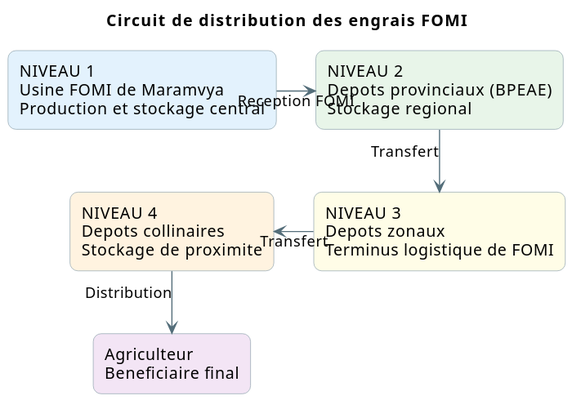
Davy-Antosper/memoire keeps this PlantUML diagram as memoire_assets/distribution_circuit.svg. Above is the earlier version.
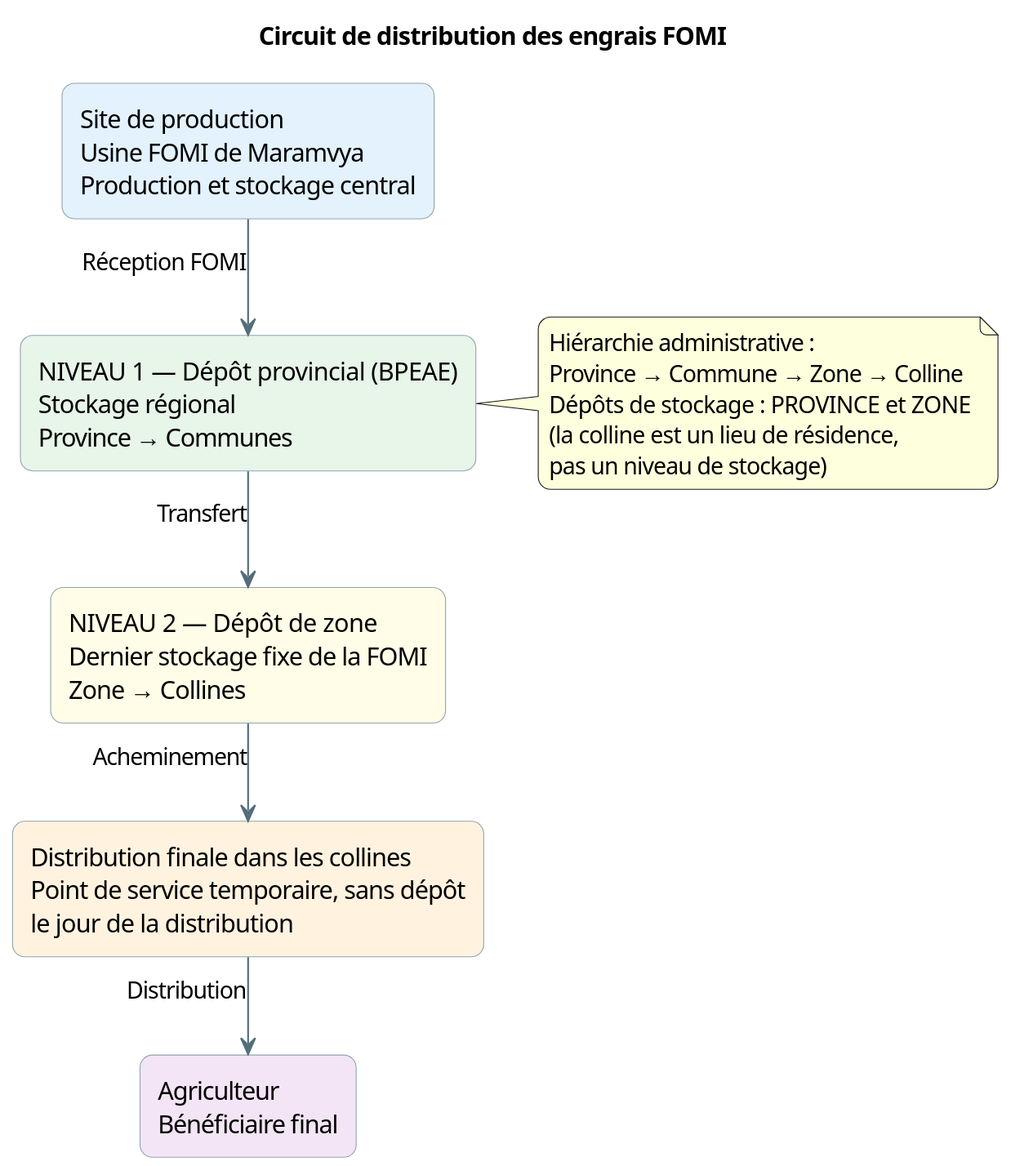
After the commit.

The edit, as a diff of the source:
```diff
@@ -3,6 +3,7 @@
 skinparam shadowing false
 skinparam roundCorner 14
 skinparam DefaultFontName "Segoe UI"
+skinparam dpi 150
 skinparam ArrowColor #546E7A
 skinparam linetype ortho
 skinparam nodesep 35
@@ -10,14 +11,22 @@
 skinparam rectangleBorderColor #90A4AE
 skinparam rectangleBackgroundColor #FFFFFF
 
-rectangle "NIVEAU 1\nUsine FOMI de Maramvya\nProduction et stockage central" as USINE #E3F2FD
-rectangle "NIVEAU 2\nDepots provinciaux (BPEAE)\nStockage regional" as PROV #E8F5E9
-rectangle "NIVEAU 3\nDepots zonaux\nTerminus logistique de FOMI" as ZONE #FFFDE7
-rectangle "NIVEAU 4\nDepots collinaires\nStockage de proximite" as COLL #FFF3E0
-rectangle "Agriculteur\nBeneficiaire final" as AGR #F3E5F5
+rectangle "Site de production\nUsine FOMI de Maramvya\nProduction et stockage central" as USINE #E3F2FD
+rectangle "NIVEAU 1 — Dépôt provincial (BPEAE)\nStockage régional\nProvince → Communes" as PROV #E8F5E9
+rectangle "NIVEAU 2 — Dépôt de zone\nDernier stockage fixe de la FOMI\nZone → Collines" as ZONE #FFFDE7
+rectangle "Distribution finale dans les collines\nPoint de service temporaire, sans dépôt\nle jour de la distribution" as COLL #FFF3E0
+rectangle "Agriculteur\nBénéficiaire final" as AGR #F3E5F5
 
-USINE -right-> PROV : "Reception FOMI"
+USINE -down-> PROV : "Réception FOMI"
 PROV -down-> ZONE : "Transfert"
-ZONE -left-> COLL : "Transfert"
+ZONE -down-> COLL : "Acheminement"
 COLL -down-> AGR : "Distribution"
+
+note right of PROV
+  Hiérarchie administrative :
+  Province → Commune → Zone → Colline
+  Dépôts de stockage : PROVINCE et ZONE
+  (la colline est un lieu de résidence,
+  pas un niveau de stockage)
+end note
 @enduml
```
